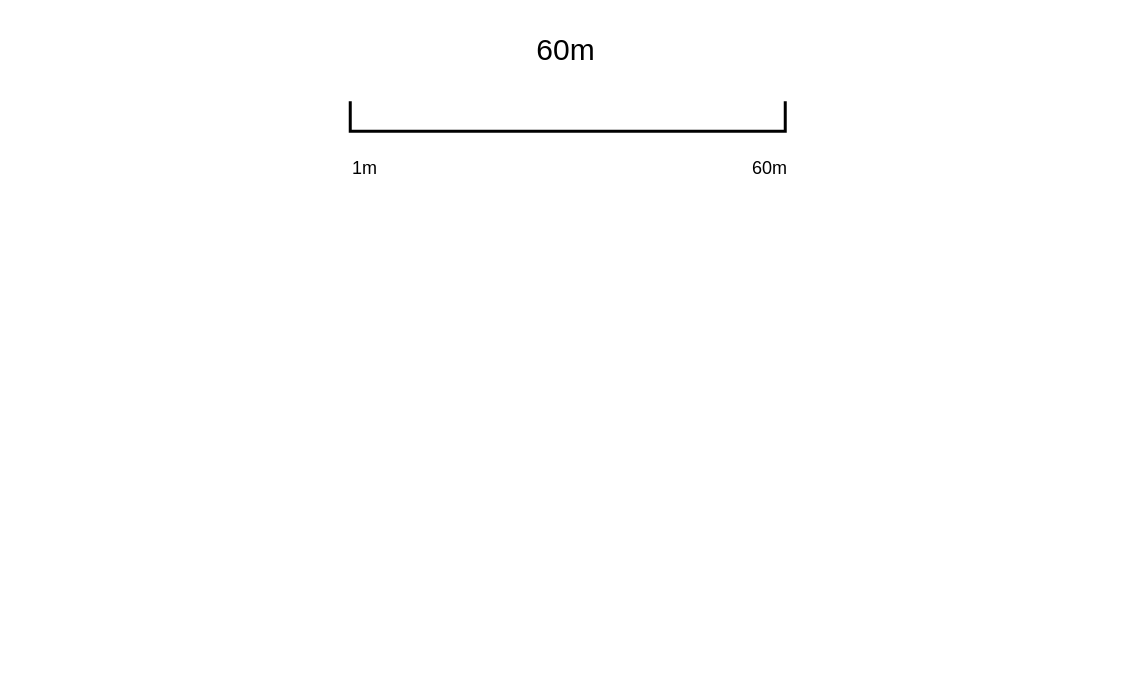
This is sendPeriod.drawio from wupei-w/diagrams, a draw.io file, before an edit. Source tidied: cells renumbered, new cells numbered last; positions are measured from the earlier drawing's top-left corner, leaving out a move shared by most shapes. Both pictures are drawn from the tidied source at 150%, with x=0, y=0 at pixel (320, 26).
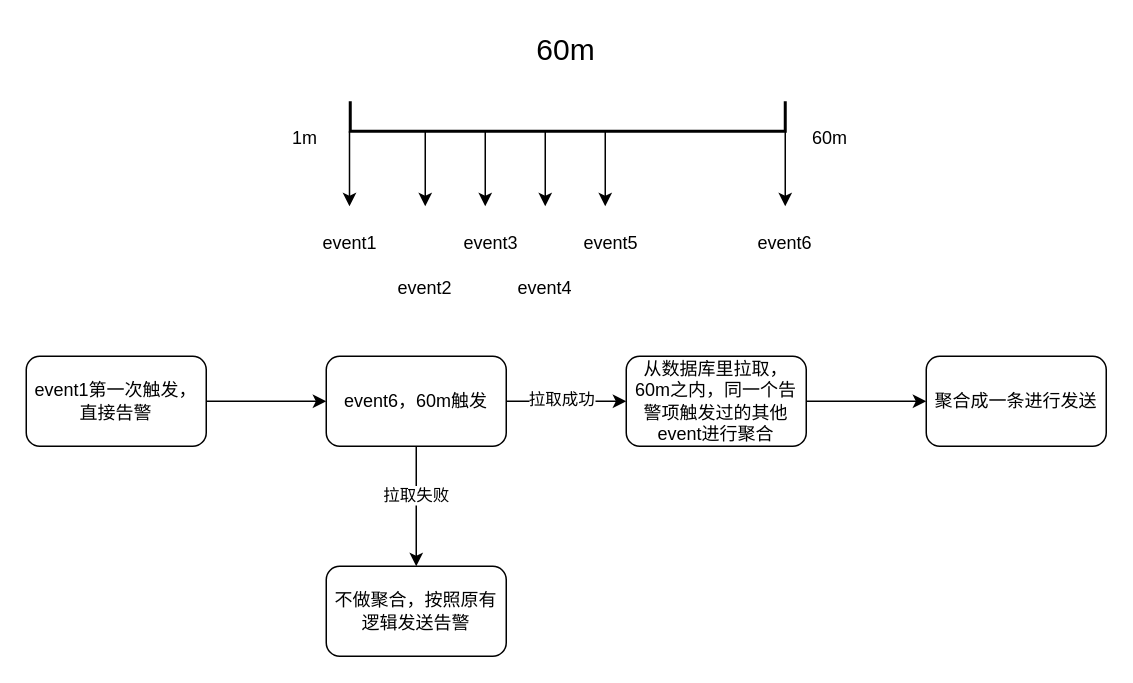
After the change.

Diff of the diagram source:
```diff
@@
     <mxCell id="4" value="1m" style="text;html=1;strokeColor=none;fillColor=none;align=center;verticalAlign=middle;whiteSpace=wrap;rounded=0;" parent="1" vertex="1">
-      <mxGeometry y="80" width="60" height="30" as="geometry" />
+      <mxGeometry x="-40" y="60" width="60" height="30" as="geometry" />
     </mxCell>
     <mxCell id="5" value="60m" style="text;html=1;strokeColor=none;fillColor=none;align=center;verticalAlign=middle;whiteSpace=wrap;rounded=0;" parent="1" vertex="1">
-      <mxGeometry x="270" y="80" width="60" height="30" as="geometry" />
+      <mxGeometry x="310" y="60" width="60" height="30" as="geometry" />
     </mxCell>
+    <mxCell id="6" style="endArrow=classic;html=1;rounded=0;" parent="1" edge="1">
+      <mxGeometry relative="1" as="geometry">
+        <mxPoint x="70" y="70" as="sourcePoint" />
+        <mxPoint x="70" y="120" as="targetPoint" />
+      </mxGeometry>
+    </mxCell>
+    <mxCell id="7" style="endArrow=classic;html=1;rounded=0;" parent="1" edge="1">
+      <mxGeometry relative="1" as="geometry">
+        <mxPoint x="110" y="70" as="sourcePoint" />
+        <mxPoint x="110" y="120" as="targetPoint" />
+      </mxGeometry>
+    </mxCell>
+    <mxCell id="8" style="endArrow=classic;html=1;rounded=0;" parent="1" edge="1">
+      <mxGeometry relative="1" as="geometry">
+        <mxPoint x="150" y="70" as="sourcePoint" />
+        <mxPoint x="150" y="120" as="targetPoint" />
+      </mxGeometry>
+    </mxCell>
+    <mxCell id="9" style="endArrow=classic;html=1;rounded=0;" parent="1" edge="1">
+      <mxGeometry relative="1" as="geometry">
+        <mxPoint x="190" y="70" as="sourcePoint" />
+        <mxPoint x="190" y="120" as="targetPoint" />
+      </mxGeometry>
+    </mxCell>
+    <mxCell id="10" style="endArrow=classic;html=1;rounded=0;" parent="1" edge="1">
+      <mxGeometry relative="1" as="geometry">
+        <mxPoint x="310" y="70" as="sourcePoint" />
+        <mxPoint x="310" y="120" as="targetPoint" />
+      </mxGeometry>
+    </mxCell>
+    <mxCell id="11" value="event1" style="text;html=1;strokeColor=none;fillColor=none;align=center;verticalAlign=middle;whiteSpace=wrap;rounded=0;" parent="1" vertex="1">
+      <mxGeometry x="-10" y="130" width="60" height="30" as="geometry" />
+    </mxCell>
+    <mxCell id="12" value="event2" style="text;html=1;strokeColor=none;fillColor=none;align=center;verticalAlign=middle;whiteSpace=wrap;rounded=0;" parent="1" vertex="1">
+      <mxGeometry x="40" y="160" width="60" height="30" as="geometry" />
+    </mxCell>
+    <mxCell id="13" value="event4" style="text;html=1;strokeColor=none;fillColor=none;align=center;verticalAlign=middle;whiteSpace=wrap;rounded=0;" parent="1" vertex="1">
+      <mxGeometry x="120" y="160" width="60" height="30" as="geometry" />
+    </mxCell>
+    <mxCell id="14" value="event3" style="text;html=1;strokeColor=none;fillColor=none;align=center;verticalAlign=middle;whiteSpace=wrap;rounded=0;" parent="1" vertex="1">
+      <mxGeometry x="84" y="130" width="60" height="30" as="geometry" />
+    </mxCell>
+    <mxCell id="15" value="event6" style="text;html=1;strokeColor=none;fillColor=none;align=center;verticalAlign=middle;whiteSpace=wrap;rounded=0;" parent="1" vertex="1">
+      <mxGeometry x="280" y="130" width="60" height="30" as="geometry" />
+    </mxCell>
+    <mxCell id="16" value="event5" style="text;html=1;strokeColor=none;fillColor=none;align=center;verticalAlign=middle;whiteSpace=wrap;rounded=0;" parent="1" vertex="1">
+      <mxGeometry x="164" y="130" width="60" height="30" as="geometry" />
+    </mxCell>
+    <mxCell id="17" style="endArrow=classic;html=1;rounded=0;" parent="1" edge="1">
+      <mxGeometry relative="1" as="geometry">
+        <mxPoint x="19.5" y="70" as="sourcePoint" />
+        <mxPoint x="19.5" y="120" as="targetPoint" />
+      </mxGeometry>
+    </mxCell>
+    <mxCell id="18" style="edgeStyle=orthogonalEdgeStyle;rounded=0;jettySize=auto;html=1;" parent="1" edge="1" source="19" target="24">
+      <mxGeometry relative="1" as="geometry" />
+    </mxCell>
+    <mxCell id="19" value="event1第一次触发，直接告警" style="rounded=1;whiteSpace=wrap;html=1;" parent="1" vertex="1">
+      <mxGeometry x="-196" y="220" width="120" height="60" as="geometry" />
+    </mxCell>
+    <mxCell id="20" style="edgeStyle=orthogonalEdgeStyle;rounded=0;jettySize=auto;html=1;" parent="1" edge="1" source="24" target="26">
+      <mxGeometry relative="1" as="geometry" />
+    </mxCell>
+    <mxCell id="21" value="拉取成功" style="edgeLabel;html=1;align=center;verticalAlign=middle;" parent="20" vertex="1">
+      <mxGeometry x="-0.09" y="2" relative="1" as="geometry" />
+    </mxCell>
+    <mxCell id="22" style="edgeStyle=orthogonalEdgeStyle;rounded=0;jettySize=auto;html=1;" parent="1" edge="1" source="24" target="28">
+      <mxGeometry relative="1" as="geometry" />
+    </mxCell>
+    <mxCell id="23" value="拉取失败" style="edgeLabel;html=1;align=center;verticalAlign=middle;" parent="22" vertex="1">
+      <mxGeometry x="-0.19" y="-1" relative="1" as="geometry" />
+    </mxCell>
+    <mxCell id="24" value="event6，60m触发" style="whiteSpace=wrap;html=1;rounded=1;" parent="1" vertex="1">
+      <mxGeometry x="4" y="220" width="120" height="60" as="geometry" />
+    </mxCell>
+    <mxCell id="25" style="edgeStyle=orthogonalEdgeStyle;rounded=0;jettySize=auto;html=1;" parent="1" edge="1" source="26" target="27">
+      <mxGeometry relative="1" as="geometry" />
+    </mxCell>
+    <mxCell id="26" value="从数据库里拉取，60m之内，同一个告警项触发过的其他event进行聚合" style="whiteSpace=wrap;html=1;rounded=1;" parent="1" vertex="1">
+      <mxGeometry x="204" y="220" width="120" height="60" as="geometry" />
+    </mxCell>
+    <mxCell id="27" value="聚合成一条进行发送" style="whiteSpace=wrap;html=1;rounded=1;" parent="1" vertex="1">
+      <mxGeometry x="404" y="220" width="120" height="60" as="geometry" />
+    </mxCell>
+    <mxCell id="28" value="不做聚合，按照原有逻辑发送告警" style="whiteSpace=wrap;html=1;rounded=1;" parent="1" vertex="1">
+      <mxGeometry x="4" y="360" width="120" height="60" as="geometry" />
+    </mxCell>
```
